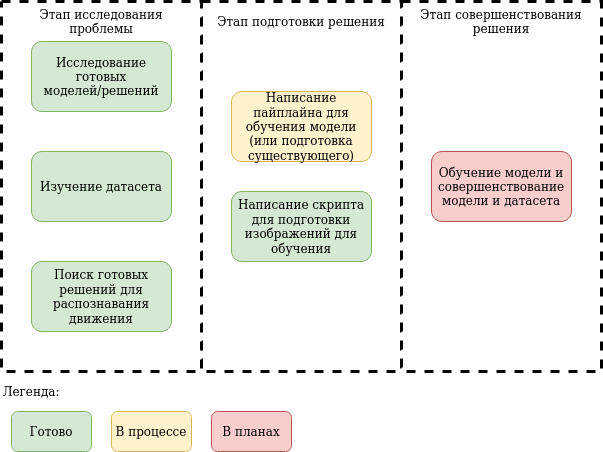
Anaph/Image_Segmentation keeps this draw.io diagram as img/Image_Segmentation.png. Above is the earlier version. Source tidied: cells renumbered, new cells last; positions are measured from the earlier drawing's top-left corner, leaving out a move shared by most shapes.
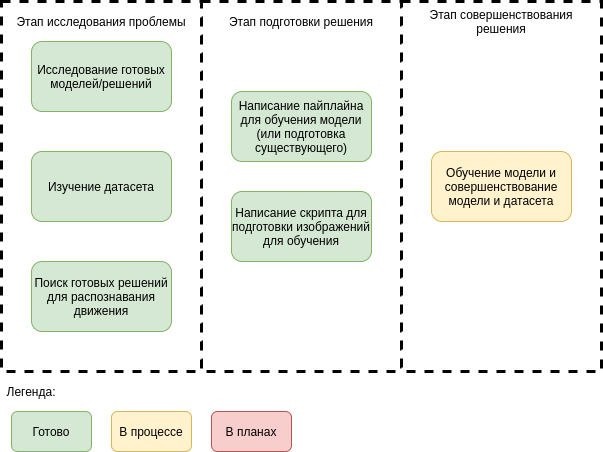
The same file after the commit.

What changed in the source:
```diff
@@ -1,4 +1,4 @@
-<mxGraphModel>
+<mxGraphModel background="#ffffff">
   <root>
     <mxCell id="0" />
     <mxCell id="1" parent="0" />
@@ -11,22 +11,22 @@
     <mxCell id="4" style="rounded=0;whiteSpace=wrap;html=1;dashed=1;strokeWidth=3;" parent="1" vertex="1">
       <mxGeometry width="200" height="370" as="geometry" />
     </mxCell>
-    <mxCell id="5" value="Исследование готовых моделей/решений" style="rounded=1;whiteSpace=wrap;html=1;fillColor=#d5e8d4;strokeColor=#82b366;" parent="1" vertex="1">
+    <mxCell id="5" value="&lt;font color=&quot;#000000&quot;&gt;Исследование готовых моделей/решений&lt;/font&gt;" style="rounded=1;whiteSpace=wrap;html=1;fillColor=#d5e8d4;strokeColor=#82b366;" parent="1" vertex="1">
       <mxGeometry x="30" y="40" width="140" height="70" as="geometry" />
     </mxCell>
-    <mxCell id="6" value="Изучение датасета" style="rounded=1;whiteSpace=wrap;html=1;fillColor=#d5e8d4;strokeColor=#82b366;" parent="1" vertex="1">
+    <mxCell id="6" value="&lt;font color=&quot;#000000&quot;&gt;Изучение датасета&lt;/font&gt;" style="rounded=1;whiteSpace=wrap;html=1;fillColor=#d5e8d4;strokeColor=#82b366;" parent="1" vertex="1">
       <mxGeometry x="30" y="150" width="140" height="70" as="geometry" />
     </mxCell>
-    <mxCell id="7" value="Поиск готовых решений для распознавания движения" style="rounded=1;whiteSpace=wrap;html=1;fillColor=#d5e8d4;strokeColor=#82b366;" parent="1" vertex="1">
+    <mxCell id="7" value="&lt;font color=&quot;#000000&quot;&gt;Поиск готовых решений для распознавания движения&lt;/font&gt;" style="rounded=1;whiteSpace=wrap;html=1;fillColor=#d5e8d4;strokeColor=#82b366;" parent="1" vertex="1">
       <mxGeometry x="30" y="260" width="140" height="70" as="geometry" />
     </mxCell>
-    <mxCell id="8" value="Написание скрипта для подготовки изображений для обучения" style="rounded=1;whiteSpace=wrap;html=1;fillColor=#d5e8d4;strokeColor=#82b366;" parent="1" vertex="1">
+    <mxCell id="8" value="&lt;font color=&quot;#000000&quot;&gt;Написание скрипта для подготовки изображений для обучения&lt;/font&gt;" style="rounded=1;whiteSpace=wrap;html=1;fillColor=#d5e8d4;strokeColor=#82b366;" parent="1" vertex="1">
       <mxGeometry x="230" y="190" width="140" height="70" as="geometry" />
     </mxCell>
-    <mxCell id="9" value="&lt;div&gt;Написание пайплайна для обучения модели&lt;/div&gt;&lt;div&gt;(или подготовка существующего)&lt;br&gt;&lt;/div&gt;" style="rounded=1;whiteSpace=wrap;html=1;fillColor=#fff2cc;strokeColor=#d6b656;" parent="1" vertex="1">
+    <mxCell id="9" value="&lt;div&gt;&lt;font color=&quot;#000000&quot;&gt;Написание пайплайна для обучения модели&lt;/font&gt;&lt;/div&gt;&lt;div&gt;&lt;font color=&quot;#000000&quot;&gt;(или подготовка существующего)&lt;/font&gt;&lt;br&gt;&lt;/div&gt;" style="rounded=1;whiteSpace=wrap;html=1;fillColor=#d5e8d4;strokeColor=#82b366;" parent="1" vertex="1">
       <mxGeometry x="230" y="90" width="140" height="70" as="geometry" />
     </mxCell>
-    <mxCell id="10" value="Обучение модели и совершенствование модели и датасета" style="rounded=1;whiteSpace=wrap;html=1;fillColor=#f8cecc;strokeColor=#b85450;" parent="1" vertex="1">
+    <mxCell id="10" value="&lt;font color=&quot;#000000&quot;&gt;Обучение модели и совершенствование модели и датасета&lt;/font&gt;" style="rounded=1;whiteSpace=wrap;html=1;fillColor=#fff2cc;strokeColor=#d6b656;" parent="1" vertex="1">
       <mxGeometry x="430" y="150" width="140" height="70" as="geometry" />
     </mxCell>
     <mxCell id="11" value="Этап исследования проблемы" style="text;html=1;strokeColor=none;fillColor=none;align=center;verticalAlign=middle;whiteSpace=wrap;rounded=0;dashed=1;" parent="1" vertex="1">
@@ -38,13 +38,13 @@
     <mxCell id="13" value="Этап совершенствования решения" style="text;html=1;strokeColor=none;fillColor=none;align=center;verticalAlign=middle;whiteSpace=wrap;rounded=0;dashed=1;" parent="1" vertex="1">
       <mxGeometry x="410" y="10" width="180" height="20" as="geometry" />
     </mxCell>
-    <mxCell id="14" value="Готово" style="rounded=1;whiteSpace=wrap;html=1;strokeWidth=1;fillColor=#d5e8d4;strokeColor=#82b366;" parent="1" vertex="1">
+    <mxCell id="14" value="&lt;font color=&quot;#000000&quot;&gt;Готово&lt;/font&gt;" style="rounded=1;whiteSpace=wrap;html=1;strokeWidth=1;fillColor=#d5e8d4;strokeColor=#82b366;" parent="1" vertex="1">
       <mxGeometry x="10" y="410" width="80" height="40" as="geometry" />
     </mxCell>
-    <mxCell id="15" value="В процессе" style="rounded=1;whiteSpace=wrap;html=1;strokeWidth=1;fillColor=#fff2cc;strokeColor=#d6b656;" parent="1" vertex="1">
+    <mxCell id="15" value="&lt;font color=&quot;#000000&quot;&gt;В процессе&lt;/font&gt;" style="rounded=1;whiteSpace=wrap;html=1;strokeWidth=1;fillColor=#fff2cc;strokeColor=#d6b656;" parent="1" vertex="1">
       <mxGeometry x="110" y="410" width="80" height="40" as="geometry" />
     </mxCell>
-    <mxCell id="16" value="В планах" style="rounded=1;whiteSpace=wrap;html=1;strokeWidth=1;fillColor=#f8cecc;strokeColor=#b85450;" parent="1" vertex="1">
+    <mxCell id="16" value="&lt;font color=&quot;#000000&quot;&gt;В планах&lt;/font&gt;" style="rounded=1;whiteSpace=wrap;html=1;strokeWidth=1;fillColor=#f8cecc;strokeColor=#b85450;" parent="1" vertex="1">
       <mxGeometry x="210" y="410" width="80" height="40" as="geometry" />
     </mxCell>
     <mxCell id="17" value="Легенда:" style="text;html=1;strokeColor=none;fillColor=none;align=center;verticalAlign=middle;whiteSpace=wrap;rounded=0;" parent="1" vertex="1">
```
